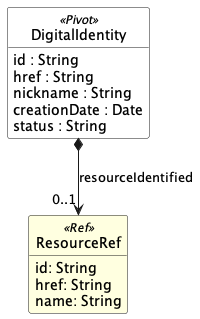
Before: uml_diagramms/images/DigitalIdentity.png, a diagram exported from PlantUML (laurenzhbr/graphql-mongodb).
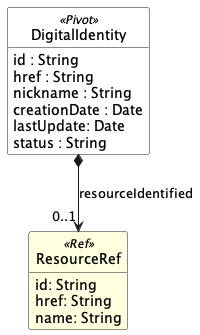
Later version of the same file.

The edit, as a diff of the source:
```diff
@@ -15,6 +15,7 @@
     href : String
     nickname : String
     creationDate : Date
+    lastUpdate: Date
     status : String
 }
 
```
